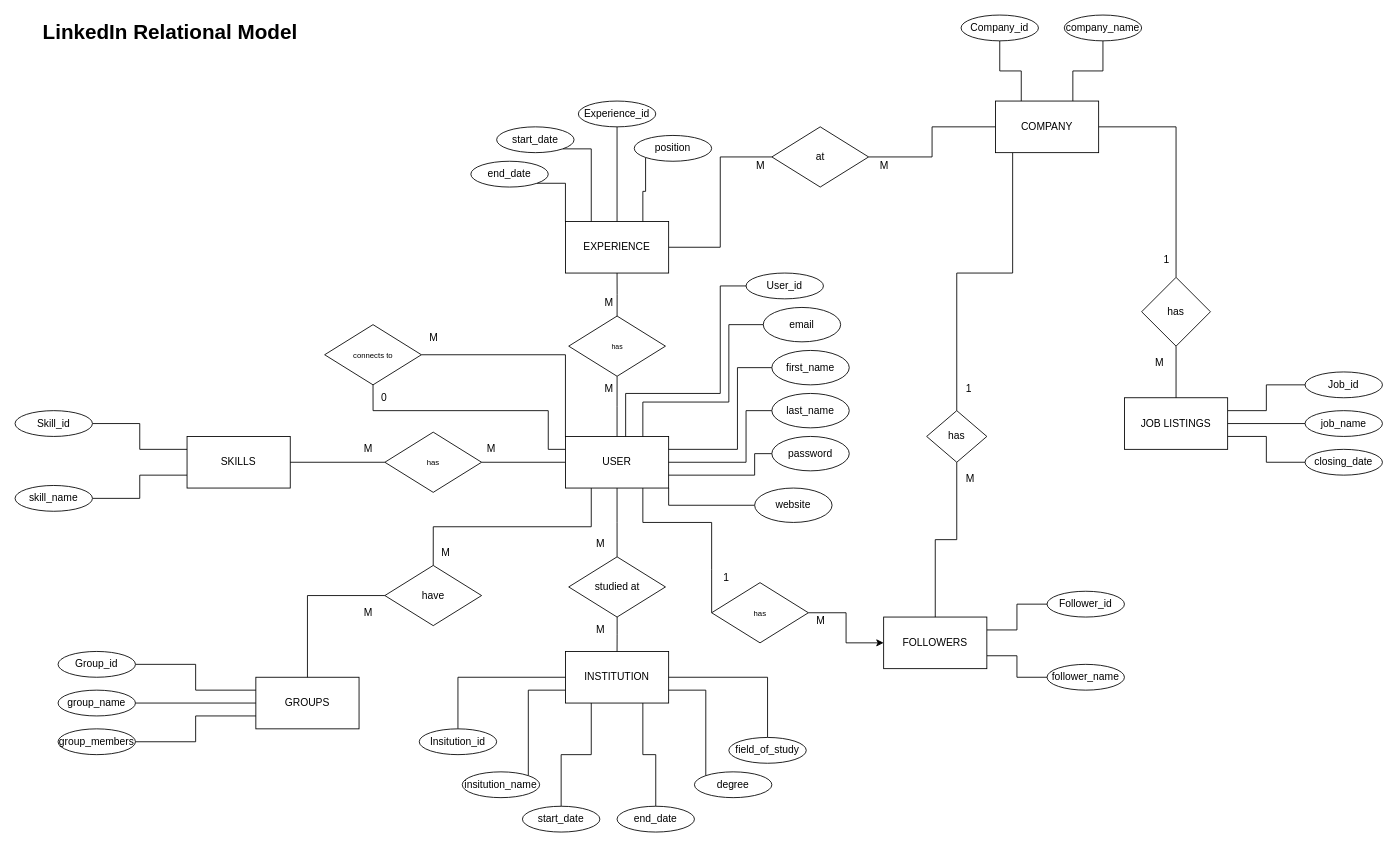
Before: LinkedIn Relationship model.drawio in jordansaker/ERDs, a draw.io diagram. Source tidied: cells renumbered, new cells numbered last; positions are measured from the earlier drawing's top-left corner, leaving out a move shared by most shapes. Both pictures are drawn from the tidied source at 86%, with x=0, y=0 at pixel (15, 15).
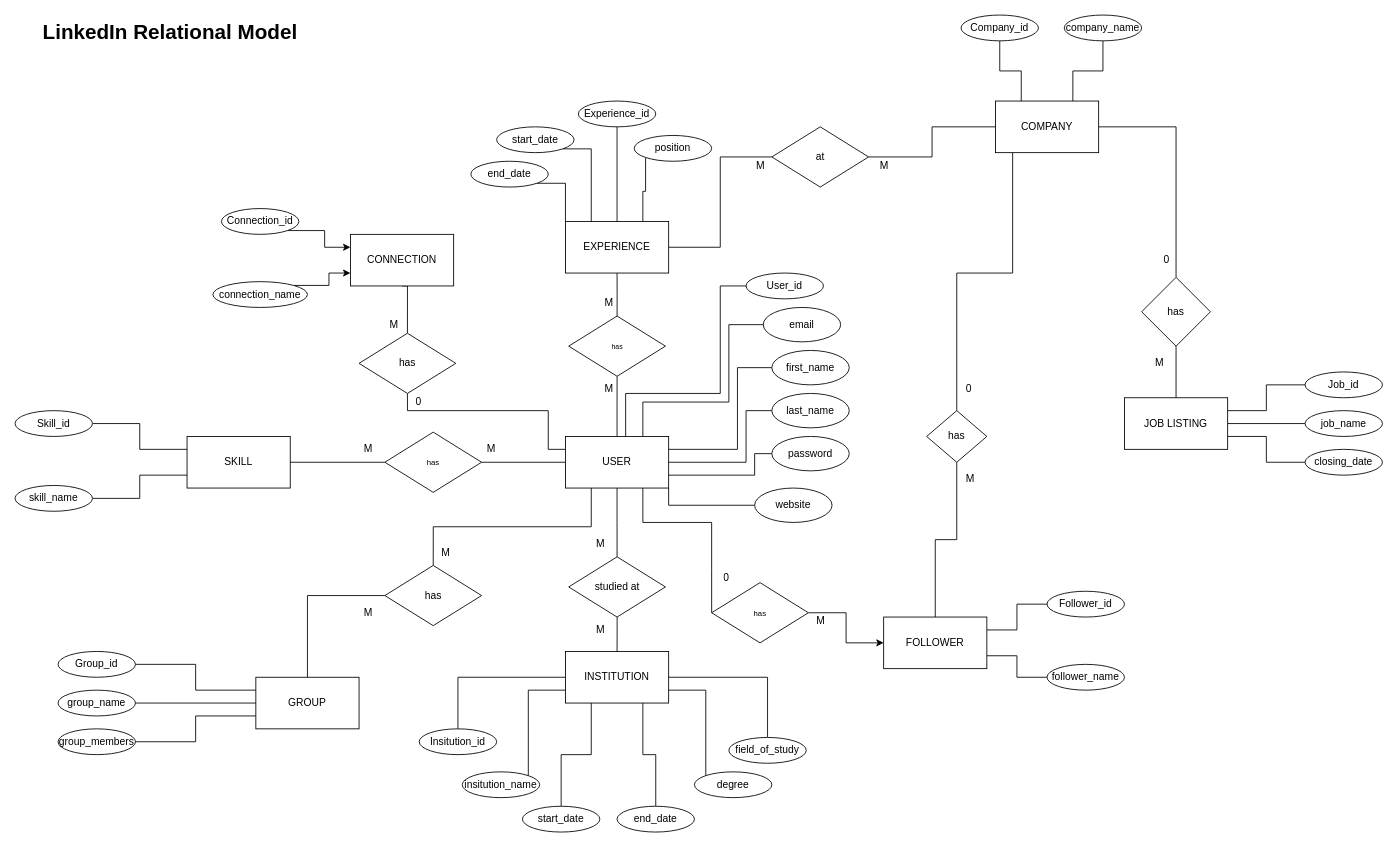
The same page after the edit.

The change refers to these unchanged cells:
```xml
<mxCell id="8" value="USER" style="rounded=0;whiteSpace=wrap;html=1;" parent="1" vertex="1">
  <mxGeometry x="640" y="490" width="120" height="60" as="geometry" />
</mxCell>
```

What changed in the source:
```diff
@@
     <mxCell id="4" style="edgeStyle=orthogonalEdgeStyle;rounded=0;jettySize=auto;html=1;exitX=0;exitY=0.25;exitDx=0;exitDy=0;entryX=0.5;entryY=1;entryDx=0;entryDy=0;endArrow=none;endFill=0;" parent="1" edge="1" source="8" target="23">
       <mxGeometry relative="1" as="geometry">
         <Array as="points">
           <mxPoint x="620" y="505" />
           <mxPoint x="620" y="460" />
-          <mxPoint x="416" y="460" />
+          <mxPoint x="456" y="460" />
+          <mxPoint x="456" y="440" />
         </Array>
       </mxGeometry>
     </mxCell>
@@
-    <mxCell id="15" value="FOLLOWERS" style="rounded=0;whiteSpace=wrap;html=1;" parent="1" vertex="1">
+    <mxCell id="15" value="FOLLOWER" style="rounded=0;whiteSpace=wrap;html=1;" parent="1" vertex="1">
       <mxGeometry x="1010" y="700" width="120" height="60" as="geometry" />
     </mxCell>
@@
-    <mxCell id="20" value="SKILLS" style="rounded=0;whiteSpace=wrap;html=1;" parent="1" vertex="1">
+    <mxCell id="20" value="SKILL" style="rounded=0;whiteSpace=wrap;html=1;" parent="1" vertex="1">
       <mxGeometry x="200" y="490" width="120" height="60" as="geometry" />
     </mxCell>
-    <mxCell id="21" value="GROUPS" style="rounded=0;whiteSpace=wrap;html=1;" parent="1" vertex="1">
+    <mxCell id="21" value="GROUP" style="rounded=0;whiteSpace=wrap;html=1;" parent="1" vertex="1">
       <mxGeometry x="280" y="770" width="120" height="60" as="geometry" />
     </mxCell>
-    <mxCell id="22" style="edgeStyle=orthogonalEdgeStyle;rounded=0;jettySize=auto;html=1;entryX=0;entryY=0;entryDx=0;entryDy=0;endArrow=none;endFill=0;" parent="1" edge="1" source="23" target="8">
+    <mxCell id="22" style="edgeStyle=orthogonalEdgeStyle;rounded=0;jettySize=auto;html=1;endArrow=none;endFill=0;exitX=0.5;exitY=0;exitDx=0;exitDy=0;entryX=0.5;entryY=1;entryDx=0;entryDy=0;" parent="1" edge="1" source="23" target="112">
       <mxGeometry relative="1" as="geometry">
         <Array as="points">
-          <mxPoint x="640" y="395" />
+          <mxPoint x="456" y="315" />
         </Array>
       </mxGeometry>
     </mxCell>
-    <mxCell id="23" value="&lt;font style=&quot;font-size: 9px;&quot;&gt;connects to&lt;/font&gt;" style="rhombus;whiteSpace=wrap;html=1;" parent="1" vertex="1">
-      <mxGeometry x="360" y="360" width="112.5" height="70" as="geometry" />
+    <mxCell id="23" value="has" style="rhombus;whiteSpace=wrap;html=1;" parent="1" vertex="1">
+      <mxGeometry x="400" y="370" width="112.5" height="70" as="geometry" />
     </mxCell>
@@
-    <mxCell id="33" value="have&lt;font style=&quot;font-size: 9px;&quot;&gt;&lt;br&gt;&lt;/font&gt;" style="rhombus;whiteSpace=wrap;html=1;" parent="1" vertex="1">
+    <mxCell id="33" value="has" style="rhombus;whiteSpace=wrap;html=1;" parent="1" vertex="1">
       <mxGeometry x="430" y="640" width="112.5" height="70" as="geometry" />
     </mxCell>
@@
-    <mxCell id="87" value="JOB LISTINGS" style="rounded=0;whiteSpace=wrap;html=1;" parent="1" vertex="1">
+    <mxCell id="87" value="JOB LISTING" style="rounded=0;whiteSpace=wrap;html=1;" parent="1" vertex="1">
       <mxGeometry x="1290" y="445" width="120" height="60" as="geometry" />
     </mxCell>
@@
     <mxCell id="95" value="0" style="text;strokeColor=none;fillColor=none;align=left;verticalAlign=middle;spacingLeft=4;spacingRight=4;overflow=hidden;whiteSpace=wrap;html=1;" parent="1" vertex="1">
-      <mxGeometry x="420" y="430" width="20" height="30" as="geometry" />
+      <mxGeometry x="460" y="435" width="20" height="30" as="geometry" />
     </mxCell>
     <mxCell id="96" value="M" style="text;strokeColor=none;fillColor=none;align=left;verticalAlign=middle;spacingLeft=4;spacingRight=4;overflow=hidden;whiteSpace=wrap;html=1;" parent="1" vertex="1">
-      <mxGeometry x="476.2" y="360" width="20" height="30" as="geometry" />
+      <mxGeometry x="430" y="345" width="20" height="30" as="geometry" />
     </mxCell>
@@
-    <mxCell id="102" value="1" style="text;strokeColor=none;fillColor=none;align=left;verticalAlign=middle;spacingLeft=4;spacingRight=4;overflow=hidden;whiteSpace=wrap;html=1;" parent="1" vertex="1">
+    <mxCell id="102" value="0" style="text;strokeColor=none;fillColor=none;align=left;verticalAlign=middle;spacingLeft=4;spacingRight=4;overflow=hidden;whiteSpace=wrap;html=1;" parent="1" vertex="1">
       <mxGeometry x="1330" y="270" width="20" height="30" as="geometry" />
     </mxCell>
-    <mxCell id="103" value="1" style="text;strokeColor=none;fillColor=none;align=left;verticalAlign=middle;spacingLeft=4;spacingRight=4;overflow=hidden;whiteSpace=wrap;html=1;" parent="1" vertex="1">
+    <mxCell id="103" value="0" style="text;strokeColor=none;fillColor=none;align=left;verticalAlign=middle;spacingLeft=4;spacingRight=4;overflow=hidden;whiteSpace=wrap;html=1;" parent="1" vertex="1">
       <mxGeometry x="1100" y="420" width="20" height="30" as="geometry" />
     </mxCell>
@@
-    <mxCell id="110" value="1" style="text;strokeColor=none;fillColor=none;align=left;verticalAlign=middle;spacingLeft=4;spacingRight=4;overflow=hidden;whiteSpace=wrap;html=1;" parent="1" vertex="1">
+    <mxCell id="110" value="0" style="text;strokeColor=none;fillColor=none;align=left;verticalAlign=middle;spacingLeft=4;spacingRight=4;overflow=hidden;whiteSpace=wrap;html=1;" parent="1" vertex="1">
       <mxGeometry x="818" y="640" width="20" height="30" as="geometry" />
     </mxCell>
@@
+    <mxCell id="112" value="CONNECTION" style="rounded=0;whiteSpace=wrap;html=1;" parent="1" vertex="1">
+      <mxGeometry x="390" y="255" width="120" height="60" as="geometry" />
+    </mxCell>
+    <mxCell id="113" style="edgeStyle=orthogonalEdgeStyle;rounded=0;jettySize=auto;html=1;exitX=1;exitY=1;exitDx=0;exitDy=0;entryX=0;entryY=0.25;entryDx=0;entryDy=0;" parent="1" edge="1" source="114" target="112">
+      <mxGeometry relative="1" as="geometry" />
+    </mxCell>
+    <mxCell id="114" value="Connection_id" style="ellipse;whiteSpace=wrap;html=1;" parent="1" vertex="1">
+      <mxGeometry x="240" y="225" width="90" height="30" as="geometry" />
+    </mxCell>
+    <mxCell id="115" style="edgeStyle=orthogonalEdgeStyle;rounded=0;jettySize=auto;html=1;exitX=1;exitY=0;exitDx=0;exitDy=0;entryX=0;entryY=0.75;entryDx=0;entryDy=0;" parent="1" edge="1" source="116" target="112">
+      <mxGeometry relative="1" as="geometry" />
+    </mxCell>
+    <mxCell id="116" value="connection_name" style="ellipse;whiteSpace=wrap;html=1;" parent="1" vertex="1">
+      <mxGeometry x="230" y="310" width="110" height="30" as="geometry" />
+    </mxCell>
```
